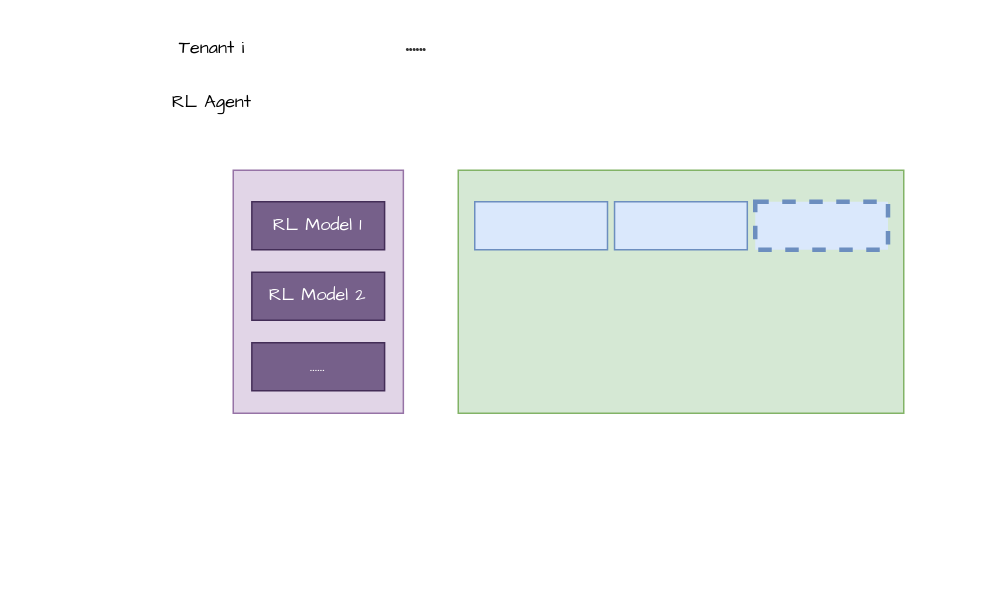
Above: 未命名绘图.drawio in K111DK/Network-utils (draw.io), before the change. Source tidied: cells renumbered, new cells numbered last; positions are measured from the earlier drawing's top-left corner, leaving out a move shared by most shapes. Both pictures are drawn from the tidied source at 150%, with x=0, y=0 at pixel (129, 26).
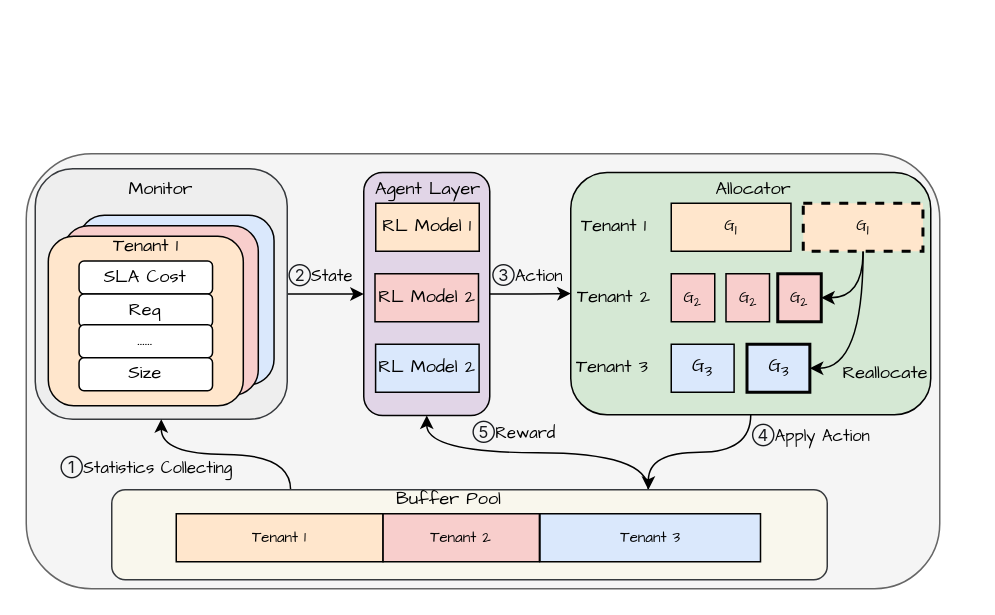
After the change.

Commit message:
更新未命名绘图.drawio

What changed in the source:
```diff
@@
+    <mxCell id="13" style="rounded=1;whiteSpace=wrap;html=1;fillColor=#f5f5f5;fontColor=#333333;strokeColor=#666666;" parent="1" vertex="1">
+      <mxGeometry x="-69" y="85" width="609" height="290" as="geometry" />
+    </mxCell>
+    <mxCell id="14" style="edgeStyle=orthogonalEdgeStyle;rounded=0;jettySize=auto;html=1;exitX=0.5;exitY=1;exitDx=0;exitDy=0;entryX=0.75;entryY=0;entryDx=0;entryDy=0;curved=1;fontFamily=Comic Sans MS;endArrow=classic;endFill=1;" parent="1" edge="1" source="16" target="39">
+      <mxGeometry relative="1" as="geometry" />
+    </mxCell>
+    <mxCell id="15" value="&lt;font&gt;&lt;span style=&quot;color: rgb(25, 27, 31); font-family: -apple-system, BlinkMacSystemFont, &amp;quot;Helvetica Neue&amp;quot;, &amp;quot;PingFang SC&amp;quot;, &amp;quot;Microsoft YaHei&amp;quot;, &amp;quot;Source Han Sans SC&amp;quot;, &amp;quot;Noto Sans CJK SC&amp;quot;, &amp;quot;WenQuanYi Micro Hei&amp;quot;, &amp;quot;MiSans L3&amp;quot;, &amp;quot;Segoe UI&amp;quot;, sans-serif; text-align: start; text-wrap-mode: wrap;&quot;&gt;④&lt;/span&gt;Apply Action&lt;/font&gt;" style="edgeLabel;html=1;align=center;verticalAlign=middle;fontFamily=Comic Sans MS;labelBorderColor=none;labelBackgroundColor=#FFFFFF00;" parent="14" vertex="1">
+      <mxGeometry x="-0.38" y="-7" relative="1" as="geometry">
+        <mxPoint x="51" y="-5" as="offset" />
+      </mxGeometry>
+    </mxCell>
+    <mxCell id="16" style="rounded=1;whiteSpace=wrap;html=1;fillColor=#d5e8d4;strokeColor=#020202;fontFamily=Comic Sans MS;" parent="1" vertex="1">
+      <mxGeometry x="294" y="97.5" width="240" height="161.5" as="geometry" />
+    </mxCell>
+    <mxCell id="17" style="edgeStyle=orthogonalEdgeStyle;rounded=0;jettySize=auto;html=1;exitX=1;exitY=0.5;exitDx=0;exitDy=0;entryX=0;entryY=0.5;entryDx=0;entryDy=0;fontFamily=Comic Sans MS;" parent="1" edge="1" source="2" target="16">
+      <mxGeometry relative="1" as="geometry" />
+    </mxCell>
+    <mxCell id="18" value="&lt;font&gt;&lt;span style=&quot;color: rgb(25, 27, 31); font-family: -apple-system, BlinkMacSystemFont, &amp;quot;Helvetica Neue&amp;quot;, &amp;quot;PingFang SC&amp;quot;, &amp;quot;Microsoft YaHei&amp;quot;, &amp;quot;Source Han Sans SC&amp;quot;, &amp;quot;Noto Sans CJK SC&amp;quot;, &amp;quot;WenQuanYi Micro Hei&amp;quot;, &amp;quot;MiSans L3&amp;quot;, &amp;quot;Segoe UI&amp;quot;, sans-serif; text-align: start; text-wrap-mode: wrap;&quot;&gt;③&lt;/span&gt;Action&lt;/font&gt;" style="edgeLabel;html=1;align=center;verticalAlign=middle;fontFamily=Comic Sans MS;labelBorderColor=none;labelBackgroundColor=#FFFFFF00;" parent="17" vertex="1">
+      <mxGeometry x="-0.15" y="-1" relative="1" as="geometry">
+        <mxPoint x="1" y="-14" as="offset" />
+      </mxGeometry>
+    </mxCell>
-    <mxCell id="2" style="rounded=0;whiteSpace=wrap;html=1;fillColor=#e1d5e7;strokeColor=#9673a6;" parent="1" vertex="1">
-      <mxGeometry x="69" y="96" width="113.4" height="162" as="geometry" />
+    <mxCell id="2" style="rounded=1;whiteSpace=wrap;html=1;fillColor=#e1d5e7;strokeColor=#020202;fontFamily=Comic Sans MS;" parent="1" vertex="1">
+      <mxGeometry x="156" y="97.5" width="84" height="162" as="geometry" />
     </mxCell>
-    <mxCell id="3" value="Tenant i" style="text;html=1;whiteSpace=wrap;strokeColor=none;fillColor=none;align=center;verticalAlign=middle;rounded=0;fontFamily=Comic Sans MS;" parent="1" vertex="1">
-      <mxGeometry y="8" width="110" height="14" as="geometry" />
-    </mxCell>
-    <mxCell id="4" value="RL Agent" style="text;html=1;whiteSpace=wrap;strokeColor=none;fillColor=none;align=center;verticalAlign=middle;rounded=0;fontFamily=Comic Sans MS;" parent="1" vertex="1">
-      <mxGeometry y="44" width="110" height="14" as="geometry" />
+    <mxCell id="4" value="Agent Layer" style="text;html=1;whiteSpace=wrap;strokeColor=none;fillColor=none;align=center;verticalAlign=middle;rounded=0;fontFamily=Comic Sans MS;" parent="1" vertex="1">
+      <mxGeometry x="143.5" y="102" width="110" height="14" as="geometry" />
     </mxCell>
+    <mxCell id="7" value="RL Model 2" style="rounded=0;whiteSpace=wrap;html=1;fillColor=#f8cecc;strokeColor=#020202;fontFamily=Comic Sans MS;" parent="1" vertex="1">
+      <mxGeometry x="163.5" y="165" width="69" height="32" as="geometry" />
+    </mxCell>
+    <mxCell id="19" style="edgeStyle=orthogonalEdgeStyle;rounded=0;jettySize=auto;html=1;exitX=0.5;exitY=1;exitDx=0;exitDy=0;entryX=1;entryY=0.5;entryDx=0;entryDy=0;curved=1;fontFamily=Comic Sans MS;" parent="1" edge="1" source="12" target="22">
+      <mxGeometry relative="1" as="geometry" />
+    </mxCell>
+    <mxCell id="20" style="edgeStyle=orthogonalEdgeStyle;rounded=0;jettySize=auto;html=1;exitX=0.5;exitY=1;exitDx=0;exitDy=0;entryX=1;entryY=0.5;entryDx=0;entryDy=0;curved=1;fontFamily=Comic Sans MS;" parent="1" edge="1" source="12" target="21">
+      <mxGeometry relative="1" as="geometry" />
+    </mxCell>
+    <mxCell id="12" value="&lt;span style=&quot;font-size: 10px;&quot;&gt;G&lt;/span&gt;&lt;sub&gt;1&lt;/sub&gt;" style="rounded=0;whiteSpace=wrap;html=1;fillColor=#ffe6cc;strokeColor=#020202;fontFamily=Comic Sans MS;dashed=1;strokeWidth=2;" parent="1" vertex="1">
+      <mxGeometry x="449" y="118" width="79.8" height="32" as="geometry" />
+    </mxCell>
+    <mxCell id="21" value="G&lt;sub&gt;3&lt;/sub&gt;" style="rounded=0;whiteSpace=wrap;html=1;fillColor=#dae8fc;strokeColor=#020202;fontFamily=Comic Sans MS;strokeWidth=2;" parent="1" vertex="1">
+      <mxGeometry x="411.5" y="212" width="41.9" height="32" as="geometry" />
+    </mxCell>
+    <mxCell id="22" value="&lt;span style=&quot;font-size: 10px;&quot;&gt;G&lt;sub&gt;2&lt;/sub&gt;&lt;/span&gt;" style="rounded=0;whiteSpace=wrap;html=1;fillColor=#f8cecc;strokeColor=#020202;fontFamily=Comic Sans MS;strokeWidth=2;" parent="1" vertex="1">
+      <mxGeometry x="432" y="165" width="29" height="32" as="geometry" />
+    </mxCell>
+    <mxCell id="23" style="edgeStyle=orthogonalEdgeStyle;rounded=0;jettySize=auto;html=1;exitX=1;exitY=0.5;exitDx=0;exitDy=0;entryX=0;entryY=0.5;entryDx=0;entryDy=0;fontFamily=Comic Sans MS;" parent="1" edge="1" source="25" target="2">
+      <mxGeometry relative="1" as="geometry" />
+    </mxCell>
+    <mxCell id="24" value="&lt;font style=&quot;&quot;&gt;&lt;span style=&quot;color: rgb(25, 27, 31); font-family: -apple-system, BlinkMacSystemFont, &amp;quot;Helvetica Neue&amp;quot;, &amp;quot;PingFang SC&amp;quot;, &amp;quot;Microsoft YaHei&amp;quot;, &amp;quot;Source Han Sans SC&amp;quot;, &amp;quot;Noto Sans CJK SC&amp;quot;, &amp;quot;WenQuanYi Micro Hei&amp;quot;, &amp;quot;MiSans L3&amp;quot;, &amp;quot;Segoe UI&amp;quot;, sans-serif; text-align: start; text-wrap-mode: wrap;&quot;&gt;②&lt;/span&gt;State&lt;/font&gt;" style="edgeLabel;html=1;align=center;verticalAlign=middle;fontFamily=Comic Sans MS;labelBorderColor=none;labelBackgroundColor=#FFFFFF00;" parent="23" vertex="1">
+      <mxGeometry x="-0.15" y="1" relative="1" as="geometry">
+        <mxPoint x="-1" y="-12" as="offset" />
+      </mxGeometry>
+    </mxCell>
+    <mxCell id="25" style="rounded=1;whiteSpace=wrap;html=1;fillColor=#eeeeee;strokeColor=#36393d;fontFamily=Comic Sans MS;" parent="1" vertex="1">
+      <mxGeometry x="-63" y="95" width="168" height="167" as="geometry" />
+    </mxCell>
+    <mxCell id="26" value="Monitor" style="text;html=1;whiteSpace=wrap;strokeColor=none;fillColor=none;align=center;verticalAlign=middle;rounded=0;fontFamily=Comic Sans MS;" parent="1" vertex="1">
+      <mxGeometry x="-33.8" y="102" width="110" height="14" as="geometry" />
+    </mxCell>
+    <mxCell id="27" value="Allocator" style="text;html=1;whiteSpace=wrap;strokeColor=none;fillColor=none;align=center;verticalAlign=middle;rounded=0;fontFamily=Comic Sans MS;" parent="1" vertex="1">
+      <mxGeometry x="361" y="102" width="110" height="14" as="geometry" />
+    </mxCell>
+    <mxCell id="28" style="rounded=1;whiteSpace=wrap;html=1;fillColor=#dae8fc;strokeColor=#020202;fontFamily=Comic Sans MS;" parent="1" vertex="1">
+      <mxGeometry x="-33.8" y="126" width="130" height="113" as="geometry" />
+    </mxCell>
+    <mxCell id="29" style="rounded=1;whiteSpace=wrap;html=1;fillColor=#f8cecc;strokeColor=#020202;fontFamily=Comic Sans MS;" parent="1" vertex="1">
+      <mxGeometry x="-44.3" y="133" width="130" height="113" as="geometry" />
+    </mxCell>
+    <mxCell id="30" style="rounded=1;whiteSpace=wrap;html=1;fillColor=#ffe6cc;strokeColor=#020202;fontFamily=Comic Sans MS;" parent="1" vertex="1">
+      <mxGeometry x="-54.3" y="140" width="130" height="113" as="geometry" />
+    </mxCell>
+    <mxCell id="31" value="SLA Cost" style="rounded=1;whiteSpace=wrap;html=1;fontFamily=Comic Sans MS;" parent="1" vertex="1">
+      <mxGeometry x="-33.8" y="156.5" width="89" height="22" as="geometry" />
+    </mxCell>
+    <mxCell id="32" value="Req" style="rounded=1;whiteSpace=wrap;html=1;fontFamily=Comic Sans MS;" parent="1" vertex="1">
+      <mxGeometry x="-33.8" y="178.5" width="89" height="22" as="geometry" />
+    </mxCell>
+    <mxCell id="8" value="......" style="rounded=1;whiteSpace=wrap;html=1;fontFamily=Comic Sans MS;" parent="1" vertex="1">
+      <mxGeometry x="-33.8" y="199" width="89" height="22" as="geometry" />
+    </mxCell>
+    <mxCell id="33" value="Size" style="rounded=1;whiteSpace=wrap;html=1;fontFamily=Comic Sans MS;" parent="1" vertex="1">
+      <mxGeometry x="-33.8" y="221" width="89" height="22" as="geometry" />
+    </mxCell>
+    <mxCell id="34" value="Tenant 1" style="text;html=1;whiteSpace=wrap;strokeColor=none;fillColor=none;align=center;verticalAlign=middle;rounded=0;fontFamily=Comic Sans MS;" parent="1" vertex="1">
+      <mxGeometry x="-44.3" y="140" width="110" height="14" as="geometry" />
+    </mxCell>
+    <mxCell id="35" style="edgeStyle=orthogonalEdgeStyle;rounded=0;jettySize=auto;html=1;exitX=0.25;exitY=0;exitDx=0;exitDy=0;entryX=0.5;entryY=1;entryDx=0;entryDy=0;curved=1;fontFamily=Comic Sans MS;" parent="1" edge="1" source="39" target="25">
+      <mxGeometry relative="1" as="geometry" />
+    </mxCell>
+    <mxCell id="36" value="&lt;font&gt;&lt;span style=&quot;color: rgb(25, 27, 31); font-family: -apple-system, BlinkMacSystemFont, &amp;quot;Helvetica Neue&amp;quot;, &amp;quot;PingFang SC&amp;quot;, &amp;quot;Microsoft YaHei&amp;quot;, &amp;quot;Source Han Sans SC&amp;quot;, &amp;quot;Noto Sans CJK SC&amp;quot;, &amp;quot;WenQuanYi Micro Hei&amp;quot;, &amp;quot;MiSans L3&amp;quot;, &amp;quot;Segoe UI&amp;quot;, sans-serif; text-align: start; text-wrap-mode: wrap;&quot;&gt;①&lt;/span&gt;Statistics Collecting&lt;/font&gt;" style="edgeLabel;html=1;align=center;verticalAlign=middle;fontFamily=Comic Sans MS;labelBorderColor=none;labelBackgroundColor=#FFFFFF00;" parent="35" vertex="1">
+      <mxGeometry x="0.08" y="-1" relative="1" as="geometry">
+        <mxPoint x="-48" y="9" as="offset" />
+      </mxGeometry>
+    </mxCell>
+    <mxCell id="37" style="edgeStyle=orthogonalEdgeStyle;rounded=0;jettySize=auto;html=1;exitX=0.75;exitY=0;exitDx=0;exitDy=0;entryX=0.5;entryY=1;entryDx=0;entryDy=0;curved=1;fontFamily=Comic Sans MS;" parent="1" edge="1" source="39" target="2">
+      <mxGeometry relative="1" as="geometry" />
+    </mxCell>
+    <mxCell id="38" value="&lt;font&gt;&lt;span style=&quot;color: rgb(25, 27, 31); font-family: -apple-system, BlinkMacSystemFont, &amp;quot;Helvetica Neue&amp;quot;, &amp;quot;PingFang SC&amp;quot;, &amp;quot;Microsoft YaHei&amp;quot;, &amp;quot;Source Han Sans SC&amp;quot;, &amp;quot;Noto Sans CJK SC&amp;quot;, &amp;quot;WenQuanYi Micro Hei&amp;quot;, &amp;quot;MiSans L3&amp;quot;, &amp;quot;Segoe UI&amp;quot;, sans-serif; text-align: start; text-wrap-mode: wrap;&quot;&gt;⑤&lt;/span&gt;Reward&lt;/font&gt;" style="edgeLabel;html=1;align=center;verticalAlign=middle;fontFamily=Comic Sans MS;labelBorderColor=none;labelBackgroundColor=#FFFFFF00;" parent="37" vertex="1">
+      <mxGeometry x="0.07" relative="1" as="geometry">
+        <mxPoint x="-9" y="-14" as="offset" />
+      </mxGeometry>
+    </mxCell>
+    <mxCell id="39" style="rounded=1;whiteSpace=wrap;html=1;fillColor=#f9f7ed;strokeColor=#36393d;fontFamily=Comic Sans MS;" parent="1" vertex="1">
+      <mxGeometry x="-12" y="309" width="477" height="60" as="geometry" />
+    </mxCell>
+    <mxCell id="40" value="Tenant 1" style="text;html=1;whiteSpace=wrap;strokeColor=none;fillColor=none;align=center;verticalAlign=middle;rounded=0;fontFamily=Comic Sans MS;" parent="1" vertex="1">
+      <mxGeometry x="294" y="127" width="58" height="14" as="geometry" />
+    </mxCell>
+    <mxCell id="41" value="Tenant 2" style="text;html=1;whiteSpace=wrap;strokeColor=none;fillColor=none;align=center;verticalAlign=middle;rounded=0;fontFamily=Comic Sans MS;" parent="1" vertex="1">
+      <mxGeometry x="293" y="174" width="60" height="14" as="geometry" />
+    </mxCell>
+    <mxCell id="42" value="Tenant 3" style="text;html=1;whiteSpace=wrap;strokeColor=none;fillColor=none;align=center;verticalAlign=middle;rounded=0;fontFamily=Comic Sans MS;" parent="1" vertex="1">
+      <mxGeometry x="292" y="221" width="60" height="14" as="geometry" />
+    </mxCell>
+    <mxCell id="43" value="&lt;span style=&quot;font-size: 10px;&quot;&gt;G&lt;sub&gt;2&lt;/sub&gt;&lt;/span&gt;" style="rounded=0;whiteSpace=wrap;html=1;fillColor=#f8cecc;strokeColor=default;fontFamily=Comic Sans MS;strokeWidth=1;" parent="1" vertex="1">
+      <mxGeometry x="361" y="165" width="29" height="32" as="geometry" />
+    </mxCell>
+    <mxCell id="44" value="&lt;span style=&quot;font-size: 10px;&quot;&gt;G&lt;sub&gt;2&lt;/sub&gt;&lt;/span&gt;" style="rounded=0;whiteSpace=wrap;html=1;fillColor=#f8cecc;strokeColor=default;fontFamily=Comic Sans MS;strokeWidth=1;" parent="1" vertex="1">
+      <mxGeometry x="397.5" y="165" width="29" height="32" as="geometry" />
+    </mxCell>
+    <mxCell id="45" value="G&lt;sub&gt;3&lt;/sub&gt;" style="rounded=0;whiteSpace=wrap;html=1;fillColor=#dae8fc;strokeColor=default;fontFamily=Comic Sans MS;strokeWidth=1;" parent="1" vertex="1">
+      <mxGeometry x="361" y="212" width="41.9" height="32" as="geometry" />
+    </mxCell>
+    <mxCell id="46" value="&lt;span style=&quot;font-size: 10px;&quot;&gt;G&lt;/span&gt;&lt;sub&gt;1&lt;/sub&gt;" style="rounded=0;whiteSpace=wrap;html=1;fillColor=#ffe6cc;strokeColor=default;fontFamily=Comic Sans MS;strokeWidth=1;" parent="1" vertex="1">
+      <mxGeometry x="361" y="118" width="79.8" height="32" as="geometry" />
+    </mxCell>
+    <mxCell id="47" value="&lt;span style=&quot;font-size: 10px;&quot;&gt;Tenant 1&lt;/span&gt;" style="rounded=0;whiteSpace=wrap;html=1;fillColor=#ffe6cc;strokeColor=default;fontFamily=Comic Sans MS;strokeWidth=1;" parent="1" vertex="1">
+      <mxGeometry x="31" y="325" width="137.8" height="32" as="geometry" />
+    </mxCell>
-    <mxCell id="5" value="RL Model 1" style="rounded=0;whiteSpace=wrap;html=1;fillColor=#76608a;fontColor=#ffffff;strokeColor=#432D57;fontFamily=Comic Sans MS;" parent="1" vertex="1">
-      <mxGeometry x="81.4" y="117" width="88.5" height="32" as="geometry" />
+    <mxCell id="5" value="RL Model 1" style="rounded=0;whiteSpace=wrap;html=1;fillColor=#ffe6cc;strokeColor=#020202;fontFamily=Comic Sans MS;" parent="1" vertex="1">
+      <mxGeometry x="164" y="118" width="69" height="32" as="geometry" />
     </mxCell>
-    <mxCell id="6" value="&lt;span style=&quot;color: rgb(51, 51, 51); font-size: 16px;&quot;&gt;&lt;b&gt;·&lt;/b&gt;&lt;/span&gt;&lt;b style=&quot;color: rgb(51, 51, 51); font-size: 16px;&quot;&gt;·&lt;/b&gt;&lt;b style=&quot;color: rgb(51, 51, 51); font-size: 16px;&quot;&gt;·&lt;/b&gt;&lt;b style=&quot;color: rgb(51, 51, 51); font-size: 16px;&quot;&gt;·&lt;/b&gt;&lt;b style=&quot;color: rgb(51, 51, 51); font-size: 16px;&quot;&gt;·&lt;/b&gt;&lt;b style=&quot;color: rgb(51, 51, 51); font-size: 16px;&quot;&gt;·&lt;/b&gt;" style="text;html=1;whiteSpace=wrap;strokeColor=none;fillColor=none;align=center;verticalAlign=middle;rounded=0;fontFamily=Comic Sans MS;" parent="1" vertex="1">
-      <mxGeometry x="161" width="60" height="30" as="geometry" />
-    </mxCell>
-    <mxCell id="7" value="RL Model 2" style="rounded=0;whiteSpace=wrap;html=1;fillColor=#76608a;fontColor=#ffffff;strokeColor=#432D57;fontFamily=Comic Sans MS;" parent="1" vertex="1">
-      <mxGeometry x="81.4" y="164" width="88.5" height="32" as="geometry" />
-    </mxCell>
-    <mxCell id="8" value="......" style="rounded=0;whiteSpace=wrap;html=1;fillColor=#76608a;fontColor=#ffffff;strokeColor=#432D57;fontFamily=Comic Sans MS;" parent="1" vertex="1">
-      <mxGeometry x="81.4" y="211" width="88.5" height="32" as="geometry" />
-    </mxCell>
-    <mxCell id="9" style="rounded=0;whiteSpace=wrap;html=1;fillColor=#d5e8d4;strokeColor=#82b366;" parent="1" vertex="1">
-      <mxGeometry x="219" y="96" width="297" height="162" as="geometry" />
-    </mxCell>
-    <mxCell id="10" style="rounded=0;whiteSpace=wrap;html=1;fillColor=#dae8fc;strokeColor=#6c8ebf;fontFamily=Comic Sans MS;" parent="1" vertex="1">
-      <mxGeometry x="230" y="117" width="88.5" height="32" as="geometry" />
-    </mxCell>
-    <mxCell id="11" style="rounded=0;whiteSpace=wrap;html=1;fillColor=#dae8fc;strokeColor=#6c8ebf;fontFamily=Comic Sans MS;" parent="1" vertex="1">
-      <mxGeometry x="323.2" y="117" width="88.5" height="32" as="geometry" />
-    </mxCell>
-    <mxCell id="12" style="rounded=0;whiteSpace=wrap;html=1;fillColor=#dae8fc;strokeColor=#6c8ebf;fontFamily=Comic Sans MS;dashed=1;strokeWidth=3;" parent="1" vertex="1">
-      <mxGeometry x="417" y="117" width="88.5" height="32" as="geometry" />
-    </mxCell>
+    <mxCell id="48" value="RL Model 2" style="rounded=0;whiteSpace=wrap;html=1;fillColor=#dae8fc;strokeColor=#020202;fontFamily=Comic Sans MS;" parent="1" vertex="1">
+      <mxGeometry x="163.9" y="212" width="69" height="32" as="geometry" />
+    </mxCell>
+    <mxCell id="49" value="Buffer Pool" style="text;html=1;whiteSpace=wrap;strokeColor=none;fillColor=none;align=center;verticalAlign=middle;rounded=0;fontFamily=Comic Sans MS;" parent="1" vertex="1">
+      <mxGeometry x="158" y="309" width="110" height="14" as="geometry" />
+    </mxCell>
+    <mxCell id="50" value="&lt;span style=&quot;font-size: 10px;&quot;&gt;Tenant 2&lt;/span&gt;" style="rounded=0;whiteSpace=wrap;html=1;fillColor=#f8cecc;strokeColor=#020202;fontFamily=Comic Sans MS;strokeWidth=1;" parent="1" vertex="1">
+      <mxGeometry x="168.9" y="325" width="104.2" height="32" as="geometry" />
+    </mxCell>
+    <mxCell id="51" value="&lt;span style=&quot;font-size: 10px;&quot;&gt;Tenant 3&lt;/span&gt;" style="rounded=0;whiteSpace=wrap;html=1;fillColor=#dae8fc;strokeColor=#020202;fontFamily=Comic Sans MS;strokeWidth=1;" parent="1" vertex="1">
+      <mxGeometry x="273.5" y="325" width="147" height="32" as="geometry" />
+    </mxCell>
+    <mxCell id="52" value="Reallocate" style="text;html=1;whiteSpace=wrap;strokeColor=none;fillColor=none;align=center;verticalAlign=middle;rounded=0;fontFamily=Comic Sans MS;" parent="1" vertex="1">
+      <mxGeometry x="449" y="225" width="110" height="14" as="geometry" />
+    </mxCell>
```
